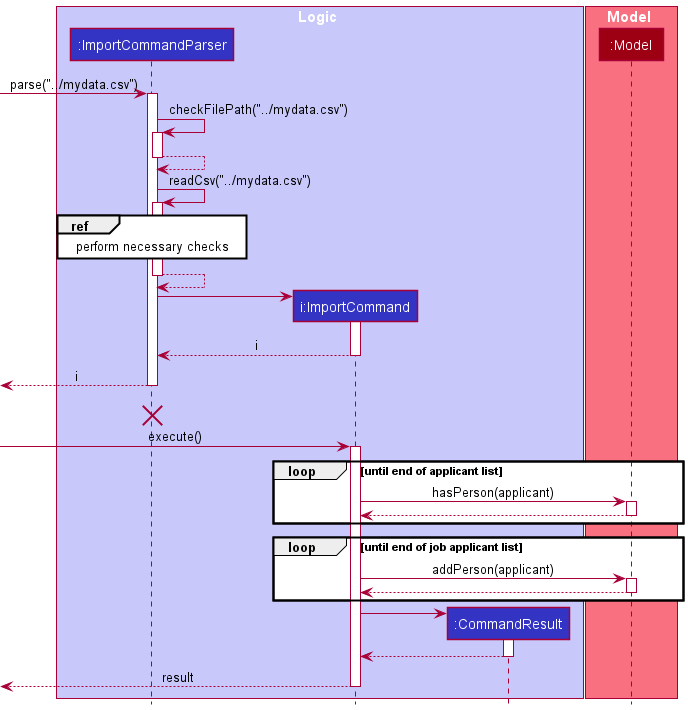
Above: docs/images/ImportSequenceDiagram.png in rcjj98/tp (PlantUML), before the change. The source it was exported from:
```plantuml
@startuml
!include style.puml

box Logic LOGIC_COLOR_T1
participant ":ImportCommandParser" as ImportCommandParser LOGIC_COLOR
participant "i:ImportCommand" as ImportCommand LOGIC_COLOR
participant ":CommandResult" as CommandResult LOGIC_COLOR
end box

box Model MODEL_COLOR_T1
participant ":Model" as Model MODEL_COLOR
end box

[-> ImportCommandParser : parse("../mydata.csv")
activate ImportCommandParser

ImportCommandParser -> ImportCommandParser : checkFilePath("../mydata.csv")
activate ImportCommandParser
ImportCommandParser --> ImportCommandParser
deactivate ImportCommandParser

ImportCommandParser -> ImportCommandParser : readCsv("../mydata.csv")
activate ImportCommandParser

ref over ImportCommandParser
perform necessary checks
end ref

ImportCommandParser --> ImportCommandParser
deactivate ImportCommandParser

create ImportCommand
ImportCommandParser -> ImportCommand
activate ImportCommand

ImportCommand --> ImportCommandParser : i
deactivate ImportCommand

[<-- ImportCommandParser : i
deactivate ImportCommandParser

[<-[hidden]- ImportCommandParser : e
destroy ImportCommandParser

[-> ImportCommand : execute()
activate ImportCommand

loop until end of applicant list
ImportCommand -> Model : hasPerson(applicant)
activate Model
Model --> ImportCommand
deactivate Model
end

loop until end of job applicant list
ImportCommand -> Model : addPerson(applicant)
activate Model
Model --> ImportCommand
deactivate Model
end


create CommandResult
ImportCommand -> CommandResult
activate CommandResult

CommandResult --> ImportCommand
deactivate CommandResult

[<-- ImportCommand : result
deactivate ImportCommand

@enduml
```
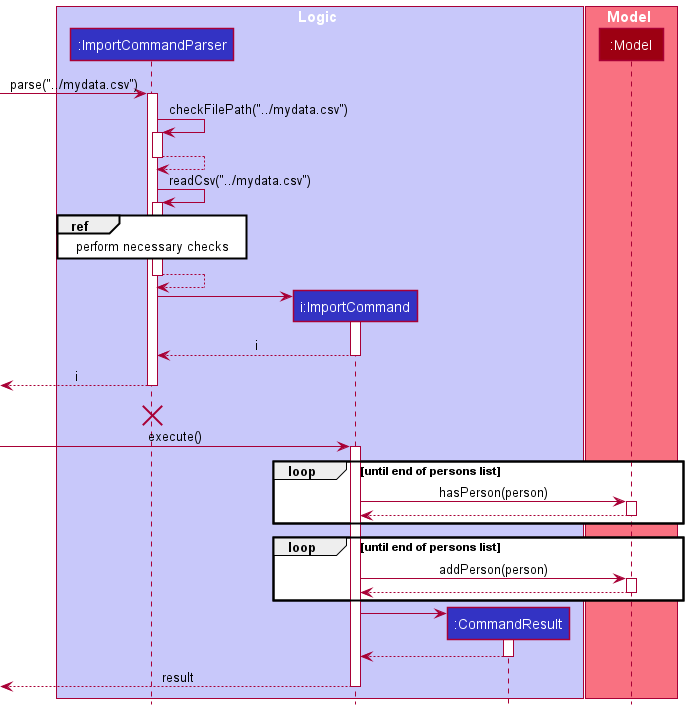
Later version of the same file.

Change to the diagram source:
```diff
@@ -45,15 +45,15 @@
 [-> ImportCommand : execute()
 activate ImportCommand
 
-loop until end of applicant list
-ImportCommand -> Model : hasPerson(applicant)
+loop until end of persons list
+ImportCommand -> Model : hasPerson(person)
 activate Model
 Model --> ImportCommand
 deactivate Model
 end
 
-loop until end of job applicant list
-ImportCommand -> Model : addPerson(applicant)
+loop until end of persons list
+ImportCommand -> Model : addPerson(person)
 activate Model
 Model --> ImportCommand
 deactivate Model
```
